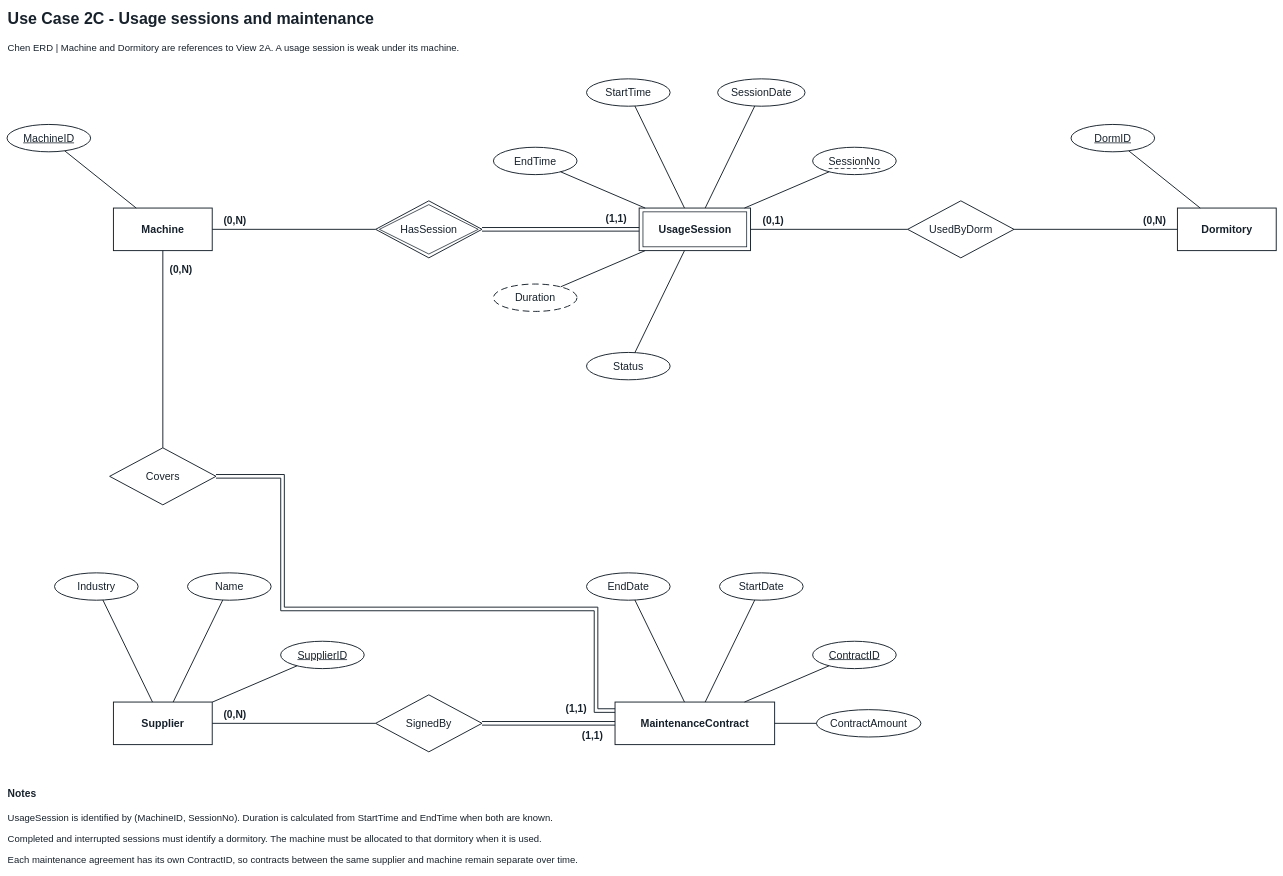
Earlier version of the draw.io diagram page "Use Case 2C - Usage sessions and maintenance" (5 of 8) of CNG351_Assignment1_Chen +gpt.drawio (Osmanita/cng-351-project-1). Source tidied: cells renumbered, new cells numbered last; positions are measured from the earlier drawing's top-left corner, leaving out a move shared by most shapes. Both pictures are drawn from the tidied source at 38%, with x=0, y=0 at pixel (7, 6).
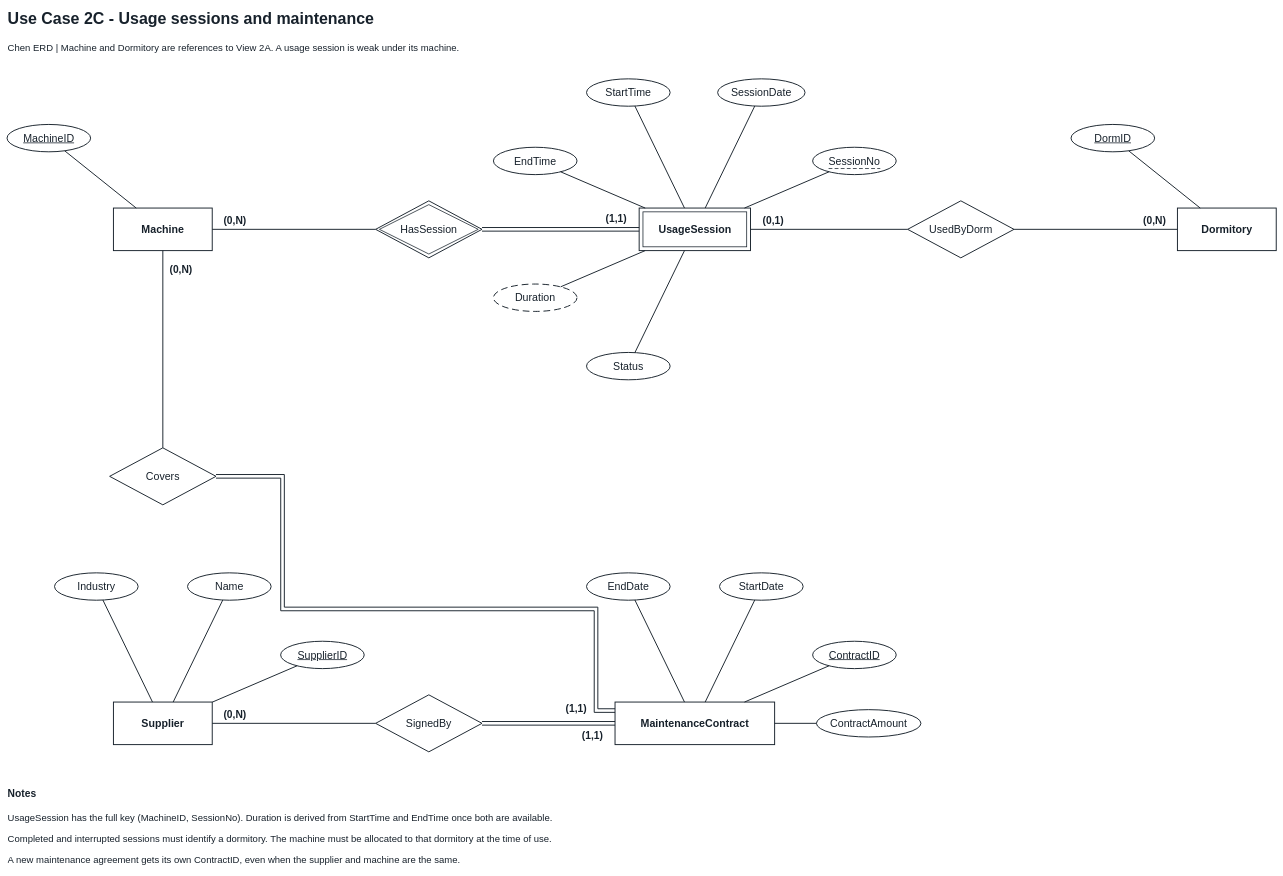
Above is the later version.

What changed in the source:
```diff
@@
-    <mxCell id="54" value="UsageSession is identified by (MachineID, SessionNo). Duration is calculated from StartTime and EndTime when both are known." style="text;html=0;whiteSpace=wrap;overflow=hidden;align=left;verticalAlign=middle;fillColor=#ffffff;strokeColor=none;fontColor=#17212b;fontFamily=Arial;fontSize=25;" parent="1" vertex="1">
+    <mxCell id="54" value="UsageSession has the full key (MachineID, SessionNo). Duration is derived from StartTime and EndTime once both are available." style="text;html=0;whiteSpace=wrap;overflow=hidden;align=left;verticalAlign=middle;fillColor=#ffffff;strokeColor=none;fontColor=#17212b;fontFamily=Arial;fontSize=25;" parent="1" vertex="1">
       <mxGeometry y="2106" width="3340" height="55" as="geometry" />
     </mxCell>
-    <mxCell id="55" value="Completed and interrupted sessions must identify a dormitory. The machine must be allocated to that dormitory when it is used." style="text;html=0;whiteSpace=wrap;overflow=hidden;align=left;verticalAlign=middle;fillColor=#ffffff;strokeColor=none;fontColor=#17212b;fontFamily=Arial;fontSize=25;" parent="1" vertex="1">
+    <mxCell id="55" value="Completed and interrupted sessions must identify a dormitory. The machine must be allocated to that dormitory at the time of use." style="text;html=0;whiteSpace=wrap;overflow=hidden;align=left;verticalAlign=middle;fillColor=#ffffff;strokeColor=none;fontColor=#17212b;fontFamily=Arial;fontSize=25;" parent="1" vertex="1">
       <mxGeometry y="2161" width="3340" height="55" as="geometry" />
     </mxCell>
-    <mxCell id="56" value="Each maintenance agreement has its own ContractID, so contracts between the same supplier and machine remain separate over time." style="text;html=0;whiteSpace=wrap;overflow=hidden;align=left;verticalAlign=middle;fillColor=#ffffff;strokeColor=none;fontColor=#17212b;fontFamily=Arial;fontSize=25;" parent="1" vertex="1">
+    <mxCell id="56" value="A new maintenance agreement gets its own ContractID, even when the supplier and machine are the same." style="text;html=0;whiteSpace=wrap;overflow=hidden;align=left;verticalAlign=middle;fillColor=#ffffff;strokeColor=none;fontColor=#17212b;fontFamily=Arial;fontSize=25;" parent="1" vertex="1">
       <mxGeometry y="2216" width="3340" height="55" as="geometry" />
     </mxCell>
```
